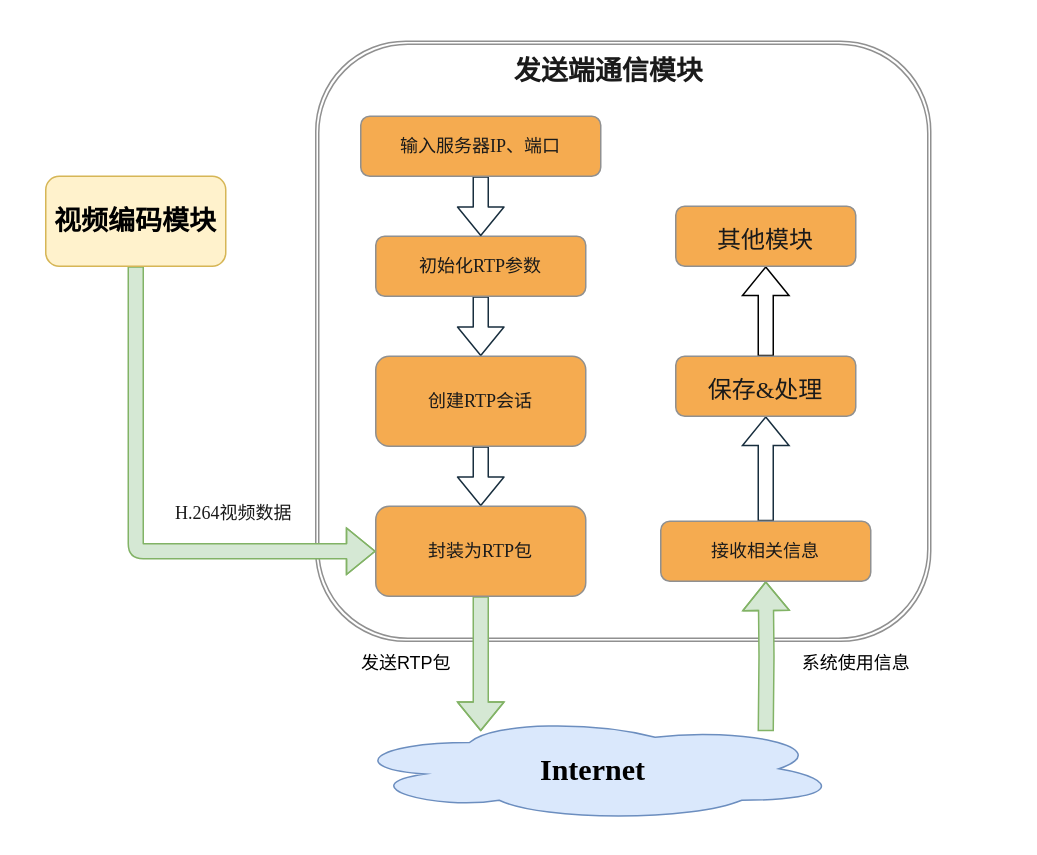
Above: send.drawio in Bright-Hsu/Real-Time-Trans-Server (draw.io), before the change. Source tidied: cells renumbered, new cells numbered last; positions are measured from the earlier drawing's top-left corner, leaving out a move shared by most shapes. Both pictures are drawn from the tidied source at 150%, with x=0, y=0 at pixel (45, 26).
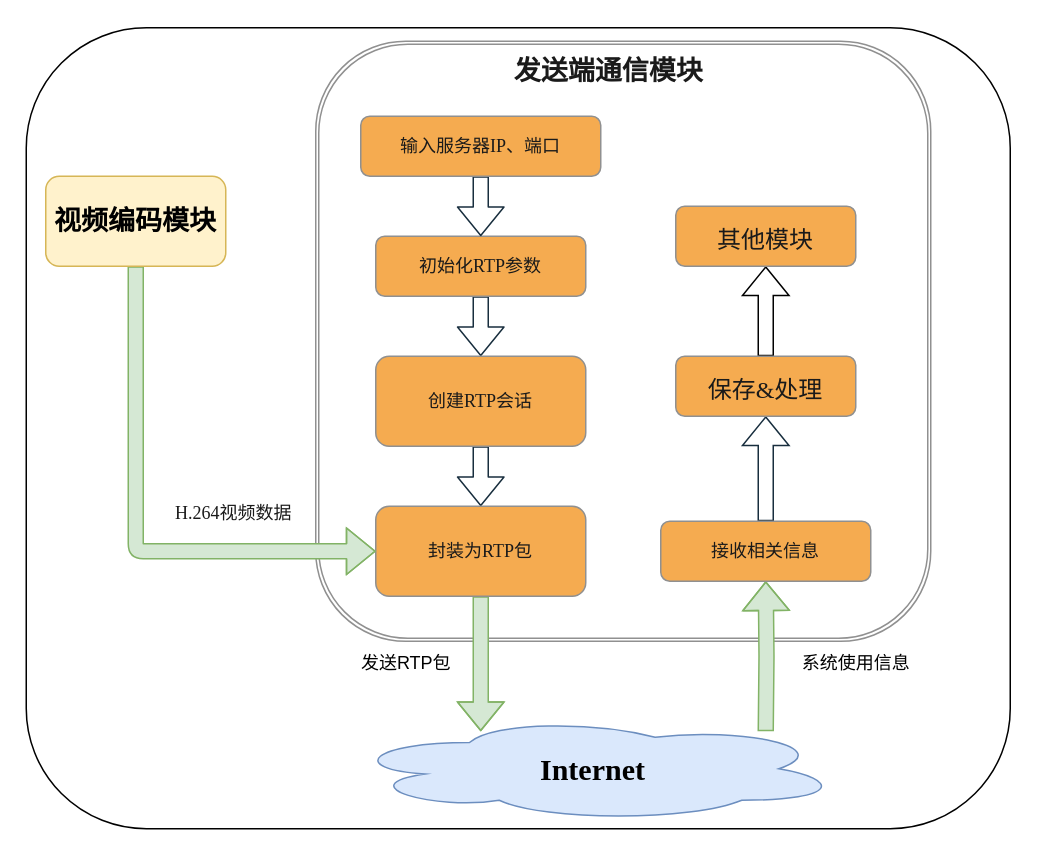
After the change.

Change to the diagram source:
```diff
@@
+    <mxCell id="24" style="rounded=1;whiteSpace=wrap;html=1;fillColor=none;" parent="1" vertex="1">
+      <mxGeometry x="-13" y="1" width="656" height="534" as="geometry" />
+    </mxCell>
```
